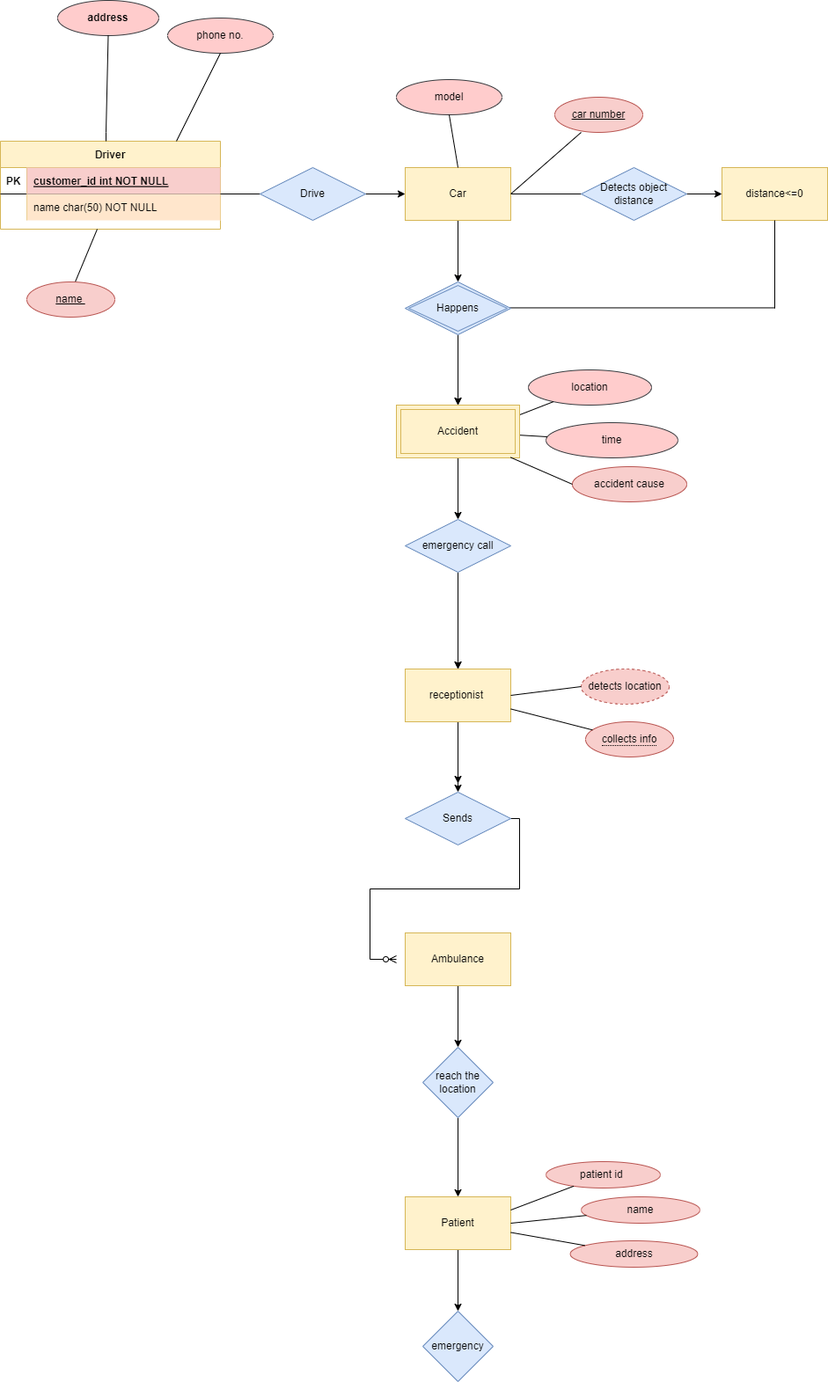
Srishtichauhan5359/ER-Diagram keeps this draw.io diagram as .drawio.png. Above is the earlier version. Source tidied: cells renumbered, new cells last; positions are measured from the earlier drawing's top-left corner, leaving out a move shared by most shapes.
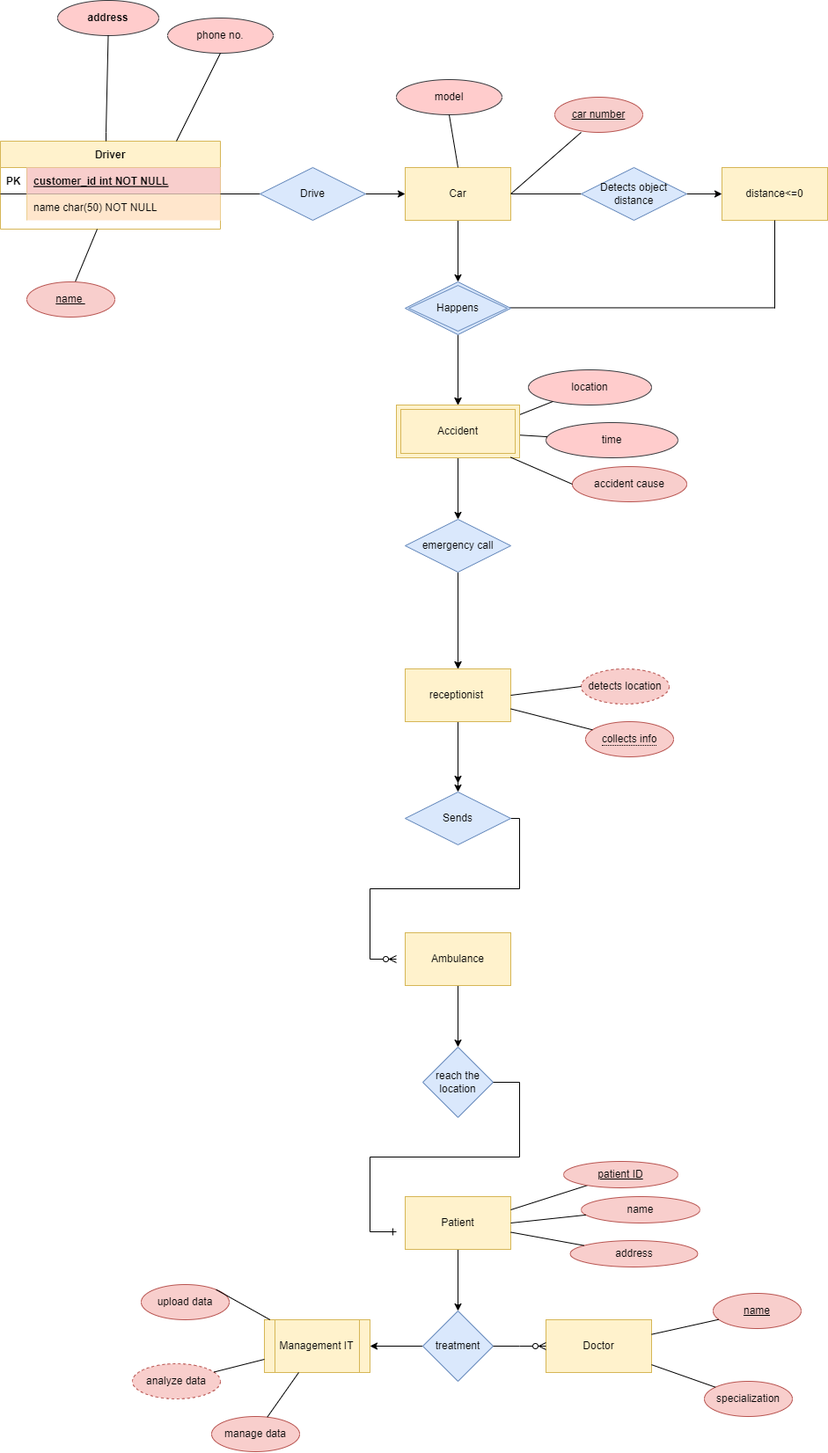
The same diagram one commit later.

Diff of the diagram source:
```diff
@@ -133,9 +133,6 @@
     <mxCell id="34" value="Ambulance" style="whiteSpace=wrap;html=1;fillColor=#fff2cc;strokeColor=#d6b656;rounded=0;" parent="1" vertex="1">
       <mxGeometry x="460" y="1060" width="120" height="60" as="geometry" />
     </mxCell>
-    <mxCell id="35" style="edgeStyle=orthogonalEdgeStyle;rounded=0;jettySize=auto;html=1;" parent="1" edge="1" source="36" target="42">
-      <mxGeometry relative="1" as="geometry" />
-    </mxCell>
     <mxCell id="36" value="reach the location" style="rhombus;whiteSpace=wrap;html=1;fillColor=#dae8fc;strokeColor=#6c8ebf;rounded=0;" parent="1" vertex="1">
       <mxGeometry x="480" y="1190" width="80" height="80" as="geometry" />
     </mxCell>
@@ -164,19 +161,19 @@
     <mxCell id="42" value="Patient" style="whiteSpace=wrap;html=1;fillColor=#fff2cc;strokeColor=#d6b656;rounded=0;" parent="1" vertex="1">
       <mxGeometry x="460" y="1360" width="120" height="60" as="geometry" />
     </mxCell>
+    <mxCell id="68" style="edgeStyle=none;rounded=0;jettySize=auto;html=1;" parent="1" edge="1" source="43" target="70">
+      <mxGeometry relative="1" as="geometry" />
+    </mxCell>
-    <mxCell id="43" value="emergency" style="rhombus;whiteSpace=wrap;html=1;fillColor=#dae8fc;strokeColor=#6c8ebf;rounded=0;" parent="1" vertex="1">
+    <mxCell id="43" value="treatment" style="rhombus;whiteSpace=wrap;html=1;fillColor=#dae8fc;strokeColor=#6c8ebf;rounded=0;" parent="1" vertex="1">
       <mxGeometry x="480" y="1490" width="80" height="80" as="geometry" />
     </mxCell>
-    <mxCell id="44" value="patient id&amp;nbsp;" style="ellipse;whiteSpace=wrap;html=1;strokeColor=#b85450;fillColor=#f8cecc;" parent="1" vertex="1">
-      <mxGeometry x="620" y="1320" width="130" height="30" as="geometry" />
-    </mxCell>
     <mxCell id="45" value="name" style="ellipse;whiteSpace=wrap;html=1;strokeColor=#b85450;fillColor=#f8cecc;" parent="1" vertex="1">
       <mxGeometry x="660" y="1360" width="135" height="30" as="geometry" />
     </mxCell>
     <mxCell id="46" value="address" style="ellipse;whiteSpace=wrap;html=1;strokeColor=#b85450;fillColor=#f8cecc;" parent="1" vertex="1">
       <mxGeometry x="647.5" y="1410" width="145" height="30" as="geometry" />
     </mxCell>
-    <mxCell id="47" style="endArrow=none;html=1;rounded=0;exitX=1;exitY=0.25;exitDx=0;exitDy=0;" parent="1" edge="1" source="42" target="44">
+    <mxCell id="47" style="endArrow=none;html=1;rounded=0;exitX=1;exitY=0.25;exitDx=0;exitDy=0;" parent="1" edge="1" source="42" target="77">
       <mxGeometry relative="1" as="geometry" />
     </mxCell>
     <mxCell id="48" style="endArrow=none;html=1;rounded=0;exitX=1;exitY=0.5;exitDx=0;exitDy=0;" parent="1" edge="1" source="42" target="45">
@@ -242,5 +239,52 @@
     <mxCell id="67" value="Sends" style="shape=rhombus;perimeter=rhombusPerimeter;whiteSpace=wrap;html=1;align=center;strokeColor=#6c8ebf;fillColor=#dae8fc;" parent="1" vertex="1">
       <mxGeometry x="460" y="900" width="120" height="60" as="geometry" />
     </mxCell>
+    <mxCell id="69" value="Doctor" style="whiteSpace=wrap;html=1;fillColor=#fff2cc;strokeColor=#d6b656;rounded=0;" parent="1" vertex="1">
+      <mxGeometry x="620" y="1500" width="120" height="60" as="geometry" />
+    </mxCell>
+    <mxCell id="70" value="Management IT" style="shape=process;whiteSpace=wrap;html=1;backgroundOutline=1;fillColor=#fff2cc;strokeColor=#d6b656;rounded=0;" parent="1" vertex="1">
+      <mxGeometry x="300" y="1500" width="120" height="60" as="geometry" />
+    </mxCell>
+    <mxCell id="71" value="upload data" style="ellipse;whiteSpace=wrap;html=1;align=center;strokeColor=#b85450;fillColor=#f8cecc;" parent="1" vertex="1">
+      <mxGeometry x="160" y="1460" width="100" height="40" as="geometry" />
+    </mxCell>
+    <mxCell id="72" value="analyze data" style="ellipse;whiteSpace=wrap;html=1;align=center;dashed=1;strokeColor=#b85450;fillColor=#f8cecc;" parent="1" vertex="1">
+      <mxGeometry x="150" y="1550" width="100" height="40" as="geometry" />
+    </mxCell>
+    <mxCell id="73" value="manage data" style="ellipse;whiteSpace=wrap;html=1;align=center;strokeColor=#b85450;fillColor=#f8cecc;" parent="1" vertex="1">
+      <mxGeometry x="240" y="1610" width="100" height="40" as="geometry" />
+    </mxCell>
+    <mxCell id="74" style="endArrow=none;html=1;rounded=0;exitX=1;exitY=0;exitDx=0;exitDy=0;" parent="1" edge="1" source="71" target="70">
+      <mxGeometry relative="1" as="geometry" />
+    </mxCell>
+    <mxCell id="75" style="endArrow=none;html=1;rounded=0;" parent="1" edge="1" source="72" target="70">
+      <mxGeometry relative="1" as="geometry" />
+    </mxCell>
+    <mxCell id="76" style="endArrow=none;html=1;rounded=0;" parent="1" edge="1" source="73" target="70">
+      <mxGeometry relative="1" as="geometry" />
+    </mxCell>
+    <mxCell id="77" value="patient ID" style="ellipse;whiteSpace=wrap;html=1;align=center;fontStyle=4;strokeColor=#b85450;fillColor=#f8cecc;" parent="1" vertex="1">
+      <mxGeometry x="640" y="1320" width="130" height="30" as="geometry" />
+    </mxCell>
+    <mxCell id="78" value="specialization" style="ellipse;whiteSpace=wrap;html=1;align=center;strokeColor=#b85450;fillColor=#f8cecc;" parent="1" vertex="1">
+      <mxGeometry x="800" y="1570" width="100" height="40" as="geometry" />
+    </mxCell>
+    <mxCell id="79" value="name" style="ellipse;whiteSpace=wrap;html=1;align=center;fontStyle=4;strokeColor=#b85450;fillColor=#f8cecc;" parent="1" vertex="1">
+      <mxGeometry x="810" y="1470" width="100" height="40" as="geometry" />
+    </mxCell>
+    <mxCell id="80" style="endArrow=none;html=1;rounded=0;" parent="1" edge="1" source="69" target="79">
+      <mxGeometry relative="1" as="geometry" />
+    </mxCell>
+    <mxCell id="81" style="endArrow=none;html=1;rounded=0;" parent="1" edge="1" source="69" target="78">
+      <mxGeometry relative="1" as="geometry" />
+    </mxCell>
+    <mxCell id="82" style="edgeStyle=entityRelationEdgeStyle;fontSize=12;html=1;endArrow=ERzeroToMany;endFill=1;rounded=0;entryX=0;entryY=0.5;entryDx=0;entryDy=0;" parent="1" edge="1" source="43" target="69">
+      <mxGeometry relative="1" as="geometry" />
+    </mxCell>
+    <mxCell id="83" style="edgeStyle=entityRelationEdgeStyle;fontSize=12;html=1;endArrow=ERone;endFill=1;rounded=0;exitX=1;exitY=0.5;exitDx=0;exitDy=0;" parent="1" edge="1" source="36">
+      <mxGeometry relative="1" as="geometry">
+        <mxPoint x="450" y="1400" as="targetPoint" />
+      </mxGeometry>
+    </mxCell>
   </root>
 </mxGraphModel>
```
